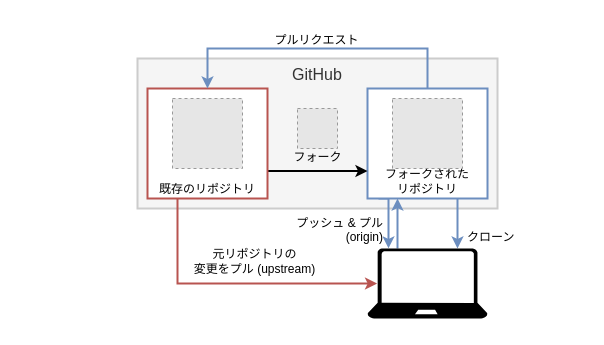
Earlier version of the draw.io diagram draw.io/fork_clone.drawio (tsuen4/Git-Learning-2019-flow). Source tidied: cells renumbered, new cells numbered last; positions are measured from the earlier drawing's top-left corner, leaving out a move shared by most shapes. Both pictures are drawn from the tidied source at 100%, with x=0, y=0 at pixel (107, 28). Pictures stored in the file or linked from it are replaced by grey dashed boxes.
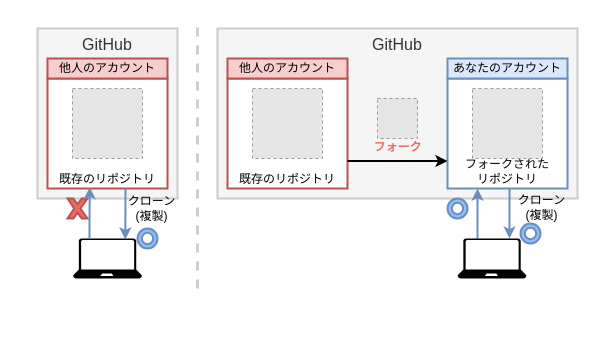
Above is the later version.

What changed in the source:
```diff
@@
     <mxCell id="2" style="rounded=0;whiteSpace=wrap;html=1;labelBackgroundColor=#ffffff;strokeColor=none;strokeWidth=2;fillColor=#ffffff;fontSize=16;fontColor=#000000;" parent="1" vertex="1">
-      <mxGeometry width="420" height="300" as="geometry" />
+      <mxGeometry x="-90" y="-10" width="570" height="270" as="geometry" />
     </mxCell>
+    <mxCell id="16" style="group;" parent="1" vertex="1">
+      <mxGeometry x="-70" width="140" height="250" as="geometry" />
+    </mxCell>
+    <mxCell id="17" style="group;" parent="16" vertex="1">
+      <mxGeometry width="140" height="250" as="geometry" />
+    </mxCell>
+    <mxCell id="18" value="GitHub" style="rounded=0;whiteSpace=wrap;html=1;strokeWidth=2;fontSize=16;fillColor=#f5f5f5;strokeColor=#CCCCCC;fontColor=#333333;verticalAlign=top;" parent="17" vertex="1">
+      <mxGeometry width="140" height="170" as="geometry" />
+    </mxCell>
+    <mxCell id="19" style="shadow=0;dashed=0;html=1;strokeColor=none;labelPosition=center;verticalLabelPosition=bottom;verticalAlign=top;align=center;shape=mxgraph.azure.laptop;fillColor=#000000;" parent="17" vertex="1">
+      <mxGeometry x="35.5" y="210" width="69" height="40" as="geometry" />
+    </mxCell>
+    <mxCell id="20" style="group;" parent="17" vertex="1">
+      <mxGeometry x="10" y="30" width="120" height="130" as="geometry" />
+    </mxCell>
+    <mxCell id="21" value="既存のリポジトリ" style="rounded=0;whiteSpace=wrap;html=1;strokeWidth=2;labelPosition=center;verticalLabelPosition=middle;align=center;verticalAlign=bottom;horizontal=1;fillColor=#ffffff;strokeColor=#b85450;" parent="20" vertex="1">
+      <mxGeometry y="20" width="120" height="110" as="geometry" />
+    </mxCell>
+    <mxCell id="22" style="fillColor=#E6E6E6;strokeColor=#999999;dashed=1;html=1;verticalAlign=top;verticalLabelPosition=bottom;labelBackgroundColor=#ffffff;" parent="20" vertex="1">
+      <mxGeometry x="25" y="30" width="70" height="70" as="geometry" />
+    </mxCell>
+    <mxCell id="23" value="他人のアカウント" style="rounded=0;whiteSpace=wrap;html=1;strokeWidth=2;labelPosition=center;verticalLabelPosition=middle;align=center;verticalAlign=middle;horizontal=1;fillColor=#f8cecc;strokeColor=#b85450;" parent="20" vertex="1">
+      <mxGeometry width="120" height="20" as="geometry" />
+    </mxCell>
+    <mxCell id="24" value="クローン&lt;br&gt;(複製)" style="edgeStyle=orthogonalEdgeStyle;rounded=0;jettySize=auto;html=1;strokeWidth=2;fontSize=12;entryX=0.758;entryY=0.025;entryDx=0;entryDy=0;entryPerimeter=0;labelPosition=right;verticalLabelPosition=bottom;align=center;verticalAlign=middle;spacingLeft=8;spacingTop=0;fillColor=#dae8fc;strokeColor=#6c8ebf;labelBackgroundColor=none;" parent="17" edge="1" target="19">
+      <mxGeometry x="-0.23" y="22" relative="1" as="geometry">
+        <mxPoint x="88" y="160" as="sourcePoint" />
+        <Array as="points">
+          <mxPoint x="88" y="160" />
+          <mxPoint x="88" y="185" />
+        </Array>
+      </mxGeometry>
+    </mxCell>
+    <mxCell id="25" style="verticalLabelPosition=bottom;verticalAlign=top;html=1;shape=mxgraph.basic.x;strokeWidth=2;fillColor=#EA6B66;align=center;strokeColor=#b85450;" parent="17" vertex="1">
+      <mxGeometry x="30" y="170" width="20" height="20" as="geometry" />
+    </mxCell>
+    <mxCell id="26" style="verticalLabelPosition=bottom;verticalAlign=top;html=1;shape=mxgraph.basic.donut;dx=4.33;strokeWidth=2;fillColor=#90BEFF;align=center;strokeColor=#6c8ebf;" parent="17" vertex="1">
+      <mxGeometry x="100" y="200" width="20" height="20" as="geometry" />
+    </mxCell>
+    <mxCell id="27" style="edgeStyle=orthogonalEdgeStyle;rounded=0;jettySize=auto;html=1;strokeWidth=2;fontSize=12;entryX=0.353;entryY=0.988;entryDx=0;entryDy=0;entryPerimeter=0;labelPosition=right;verticalLabelPosition=bottom;align=center;verticalAlign=middle;spacingLeft=8;spacingTop=0;fillColor=#dae8fc;strokeColor=#6c8ebf;labelBackgroundColor=none;" parent="17" edge="1" target="21">
+      <mxGeometry x="-1" y="22" relative="1" as="geometry">
+        <mxPoint x="52" y="210" as="sourcePoint" />
+        <Array as="points">
+          <mxPoint x="52" y="185" />
+        </Array>
+      </mxGeometry>
+    </mxCell>
+    <mxCell id="28" style="endArrow=none;dashed=1;html=1;labelBackgroundColor=none;fontColor=#EA6B66;align=center;strokeWidth=3;fillColor=#f5f5f5;strokeColor=#CCCCCC;" parent="1" edge="1">
+      <mxGeometry relative="1" as="geometry">
+        <mxPoint x="90" y="260" as="sourcePoint" />
+        <mxPoint x="90" y="-10" as="targetPoint" />
+      </mxGeometry>
+    </mxCell>
     <mxCell id="3" value="GitHub" style="rounded=0;whiteSpace=wrap;html=1;strokeWidth=2;fontSize=16;fillColor=#f5f5f5;strokeColor=#CCCCCC;fontColor=#333333;verticalAlign=top;" parent="1" vertex="1">
-      <mxGeometry x="30" y="30" width="360" height="150" as="geometry" />
+      <mxGeometry x="110" width="360" height="170" as="geometry" />
     </mxCell>
-    <mxCell id="4" value="クローン" style="edgeStyle=orthogonalEdgeStyle;rounded=0;jettySize=auto;html=1;strokeWidth=2;fontSize=12;exitX=0.75;exitY=1;exitDx=0;exitDy=0;entryX=0.75;entryY=0;entryDx=0;entryDy=0;entryPerimeter=0;labelPosition=right;verticalLabelPosition=bottom;align=left;verticalAlign=top;spacingLeft=8;spacingTop=0;fillColor=#dae8fc;strokeColor=#6c8ebf;" parent="1" edge="1" source="6" target="11">
-      <mxGeometry relative="1" as="geometry" />
+    <mxCell id="4" value="クローン&lt;br&gt;(複製)" style="edgeStyle=orthogonalEdgeStyle;rounded=0;orthogonalLoop=1;jettySize=auto;html=1;strokeWidth=2;fontSize=12;exitX=0.75;exitY=1;exitDx=0;exitDy=0;entryX=0.75;entryY=0;entryDx=0;entryDy=0;entryPerimeter=0;labelPosition=right;verticalLabelPosition=bottom;align=center;verticalAlign=middle;spacingLeft=8;spacingTop=0;fillColor=#dae8fc;strokeColor=#6c8ebf;labelBackgroundColor=none;" parent="1" edge="1">
+      <mxGeometry x="-0.24" y="28" relative="1" as="geometry">
+        <mxPoint x="402" y="159.8" as="sourcePoint" />
+        <mxPoint x="402" y="210.1" as="targetPoint" />
+      </mxGeometry>
     </mxCell>
-    <mxCell id="5" style="edgeStyle=orthogonalEdgeStyle;rounded=0;jettySize=auto;html=1;strokeWidth=2;fontSize=12;entryX=0.175;entryY=-0.002;entryDx=0;entryDy=0;entryPerimeter=0;fillColor=#dae8fc;strokeColor=#6c8ebf;" parent="1" edge="1" target="11">
-      <mxGeometry relative="1" as="geometry">
-        <mxPoint x="271" y="170" as="sourcePoint" />
-        <Array as="points">
-          <mxPoint x="281" y="170" />
-        </Array>
-      </mxGeometry>
-    </mxCell>
+    <mxCell id="13" style="fillColor=#E6E6E6;strokeColor=#999999;dashed=1;html=1;verticalAlign=top;verticalLabelPosition=bottom;labelBackgroundColor=#ffffff;" parent="1" vertex="1">
+      <mxGeometry x="270" y="70" width="40" height="40" as="geometry" />
+    </mxCell>
+    <mxCell id="29" style="group;" parent="1" vertex="1">
+      <mxGeometry x="120" y="30" width="120" height="130" as="geometry" />
+    </mxCell>
+    <mxCell id="8" value="既存のリポジトリ" style="rounded=0;whiteSpace=wrap;html=1;strokeWidth=2;labelPosition=center;verticalLabelPosition=middle;align=center;verticalAlign=bottom;horizontal=1;fillColor=#ffffff;strokeColor=#b85450;" parent="29" vertex="1">
+      <mxGeometry y="20" width="120" height="110" as="geometry" />
+    </mxCell>
+    <mxCell id="12" style="fillColor=#E6E6E6;strokeColor=#999999;dashed=1;html=1;verticalAlign=top;verticalLabelPosition=bottom;labelBackgroundColor=#ffffff;" parent="29" vertex="1">
+      <mxGeometry x="25" y="30" width="70" height="70" as="geometry" />
+    </mxCell>
+    <mxCell id="30" value="他人のアカウント" style="rounded=0;whiteSpace=wrap;html=1;strokeWidth=2;labelPosition=center;verticalLabelPosition=middle;align=center;verticalAlign=middle;horizontal=1;fillColor=#F8CECC;strokeColor=#b85450;" parent="29" vertex="1">
+      <mxGeometry width="120" height="20" as="geometry" />
+    </mxCell>
+    <mxCell id="31" style="group;" parent="1" vertex="1">
+      <mxGeometry x="340" y="30" width="120" height="130" as="geometry" />
+    </mxCell>
-    <mxCell id="6" value="フォークされた&lt;br&gt;リポジトリ" style="rounded=0;whiteSpace=wrap;html=1;strokeWidth=2;labelPosition=center;verticalLabelPosition=middle;align=center;verticalAlign=bottom;horizontal=1;fillColor=#ffffff;strokeColor=#6c8ebf;" parent="1" vertex="1">
-      <mxGeometry x="260" y="60" width="120" height="110" as="geometry" />
+    <mxCell id="6" value="フォークされた&lt;br&gt;リポジトリ" style="rounded=0;whiteSpace=wrap;html=1;strokeWidth=2;labelPosition=center;verticalLabelPosition=middle;align=center;verticalAlign=bottom;horizontal=1;fillColor=#ffffff;strokeColor=#6c8ebf;" parent="31" vertex="1">
+      <mxGeometry y="20" width="120" height="110" as="geometry" />
     </mxCell>
+    <mxCell id="14" style="fillColor=#E6E6E6;strokeColor=#999999;dashed=1;html=1;verticalAlign=top;verticalLabelPosition=bottom;labelBackgroundColor=#ffffff;fontColor=#000000;" parent="31" vertex="1">
+      <mxGeometry x="25" y="30" width="70" height="70" as="geometry" />
+    </mxCell>
+    <mxCell id="32" value="あなたのアカウント" style="rounded=0;whiteSpace=wrap;html=1;strokeWidth=2;labelPosition=center;verticalLabelPosition=middle;align=center;verticalAlign=middle;horizontal=1;fillColor=#dae8fc;strokeColor=#6c8ebf;" parent="31" vertex="1">
+      <mxGeometry width="120" height="20" as="geometry" />
+    </mxCell>
-    <mxCell id="7" value="フォーク" style="edgeStyle=orthogonalEdgeStyle;rounded=0;jettySize=auto;html=1;exitX=1;exitY=0.75;exitDx=0;exitDy=0;strokeWidth=2;entryX=0;entryY=0.75;entryDx=0;entryDy=0;verticalAlign=bottom;fontSize=12;labelPosition=center;verticalLabelPosition=top;align=center;spacingTop=0;spacingBottom=5;labelBackgroundColor=none;" parent="1" edge="1" source="8" target="6">
+    <mxCell id="7" value="フォーク" style="edgeStyle=orthogonalEdgeStyle;rounded=0;jettySize=auto;html=1;exitX=1;exitY=0.75;exitDx=0;exitDy=0;strokeWidth=2;entryX=0;entryY=0.75;entryDx=0;entryDy=0;verticalAlign=bottom;fontSize=12;labelPosition=center;verticalLabelPosition=top;align=center;spacingTop=0;spacingBottom=5;labelBackgroundColor=none;fontColor=#EA6B66;fontStyle=1;" parent="1" edge="1" source="8" target="6">
       <mxGeometry relative="1" as="geometry" />
     </mxCell>
-    <mxCell id="8" value="既存のリポジトリ" style="rounded=0;whiteSpace=wrap;html=1;strokeWidth=2;labelPosition=center;verticalLabelPosition=middle;align=center;verticalAlign=bottom;horizontal=1;fillColor=#ffffff;strokeColor=#b85450;" parent="1" vertex="1">
-      <mxGeometry x="40" y="60" width="120" height="110" as="geometry" />
-    </mxCell>
-    <mxCell id="9" value="プッシュ &amp;amp; プル&lt;br&gt;(origin)" style="edgeStyle=orthogonalEdgeStyle;rounded=0;jettySize=auto;html=1;strokeWidth=2;fontSize=12;exitX=0.25;exitY=0;exitDx=0;exitDy=0;exitPerimeter=0;entryX=0.25;entryY=1;entryDx=0;entryDy=0;labelPosition=left;verticalLabelPosition=bottom;align=right;verticalAlign=top;spacingRight=35;spacing=0;spacingTop=-12;spacingBottom=0;fillColor=#dae8fc;strokeColor=#6c8ebf;" parent="1" edge="1" source="11" target="6">
-      <mxGeometry y="-20" relative="1" as="geometry" />
+    <mxCell id="9" style="edgeStyle=orthogonalEdgeStyle;rounded=0;jettySize=auto;html=1;strokeWidth=2;fontSize=12;labelPosition=right;verticalLabelPosition=bottom;align=center;verticalAlign=middle;spacingLeft=8;spacingTop=0;fillColor=#dae8fc;strokeColor=#6c8ebf;labelBackgroundColor=none;entryX=0.25;entryY=1;entryDx=0;entryDy=0;exitX=0.29;exitY=0.009;exitDx=0;exitDy=0;exitPerimeter=0;" parent="1" edge="1" source="11" target="6">
+      <mxGeometry x="-0.13" y="30" relative="1" as="geometry" />
     </mxCell>
-    <mxCell id="10" value="元リポジトリの&lt;br&gt;変更をプル (upstream)" style="edgeStyle=orthogonalEdgeStyle;rounded=0;jettySize=auto;html=1;strokeWidth=2;fontSize=12;labelPosition=center;verticalLabelPosition=top;align=center;verticalAlign=bottom;spacingBottom=5;spacingLeft=40;exitX=0.25;exitY=1;exitDx=0;exitDy=0;entryX=0.08;entryY=0.5;entryDx=0;entryDy=0;entryPerimeter=0;fillColor=#f8cecc;strokeColor=#b85450;" parent="1" edge="1" source="8" target="11">
-      <mxGeometry relative="1" as="geometry">
-        <Array as="points">
-          <mxPoint x="70" y="255" />
-        </Array>
-      </mxGeometry>
-    </mxCell>
     <mxCell id="11" style="shadow=0;dashed=0;html=1;strokeColor=none;labelPosition=center;verticalLabelPosition=bottom;verticalAlign=top;align=center;shape=mxgraph.azure.laptop;fillColor=#000000;" parent="1" vertex="1">
-      <mxGeometry x="260" y="220" width="120" height="70" as="geometry" />
+      <mxGeometry x="350" y="210" width="69" height="40" as="geometry" />
     </mxCell>
-    <mxCell id="12" style="fillColor=#E6E6E6;strokeColor=#999999;dashed=1;html=1;verticalAlign=top;verticalLabelPosition=bottom;labelBackgroundColor=#ffffff;" parent="1" vertex="1">
-      <mxGeometry x="65" y="70" width="70" height="70" as="geometry" />
-    </mxCell>
-    <mxCell id="13" style="fillColor=#E6E6E6;strokeColor=#999999;dashed=1;html=1;verticalAlign=top;verticalLabelPosition=bottom;labelBackgroundColor=#ffffff;" parent="1" vertex="1">
-      <mxGeometry x="190" y="80" width="40" height="40" as="geometry" />
-    </mxCell>
-    <mxCell id="14" style="fillColor=#E6E6E6;strokeColor=#999999;dashed=1;html=1;verticalAlign=top;verticalLabelPosition=bottom;labelBackgroundColor=#ffffff;fontColor=#000000;" parent="1" vertex="1">
-      <mxGeometry x="285" y="70" width="70" height="70" as="geometry" />
-    </mxCell>
-    <mxCell id="15" value="プルリクエスト" style="edgeStyle=orthogonalEdgeStyle;rounded=0;jettySize=auto;html=1;strokeWidth=2;fontSize=12;entryX=0.5;entryY=0;entryDx=0;entryDy=0;labelPosition=center;verticalLabelPosition=bottom;align=center;verticalAlign=top;spacingRight=35;spacing=0;spacingTop=0;spacingBottom=0;fillColor=#dae8fc;strokeColor=#6c8ebf;" parent="1" edge="1" source="6" target="8">
-      <mxGeometry x="-0.11" y="-20" relative="1" as="geometry">
-        <Array as="points">
-          <mxPoint x="320" y="20" />
-          <mxPoint x="100" y="20" />
-        </Array>
-      </mxGeometry>
-    </mxCell>
+    <mxCell id="33" style="verticalLabelPosition=bottom;verticalAlign=top;html=1;shape=mxgraph.basic.donut;dx=4.33;strokeWidth=2;fillColor=#90BEFF;align=center;strokeColor=#6c8ebf;" parent="1" vertex="1">
+      <mxGeometry x="340" y="170" width="20" height="20" as="geometry" />
+    </mxCell>
+    <mxCell id="34" style="verticalLabelPosition=bottom;verticalAlign=top;html=1;shape=mxgraph.basic.donut;dx=4.33;strokeWidth=2;fillColor=#90BEFF;align=center;strokeColor=#6c8ebf;" parent="1" vertex="1">
+      <mxGeometry x="413" y="195" width="20" height="20" as="geometry" />
+    </mxCell>
```
